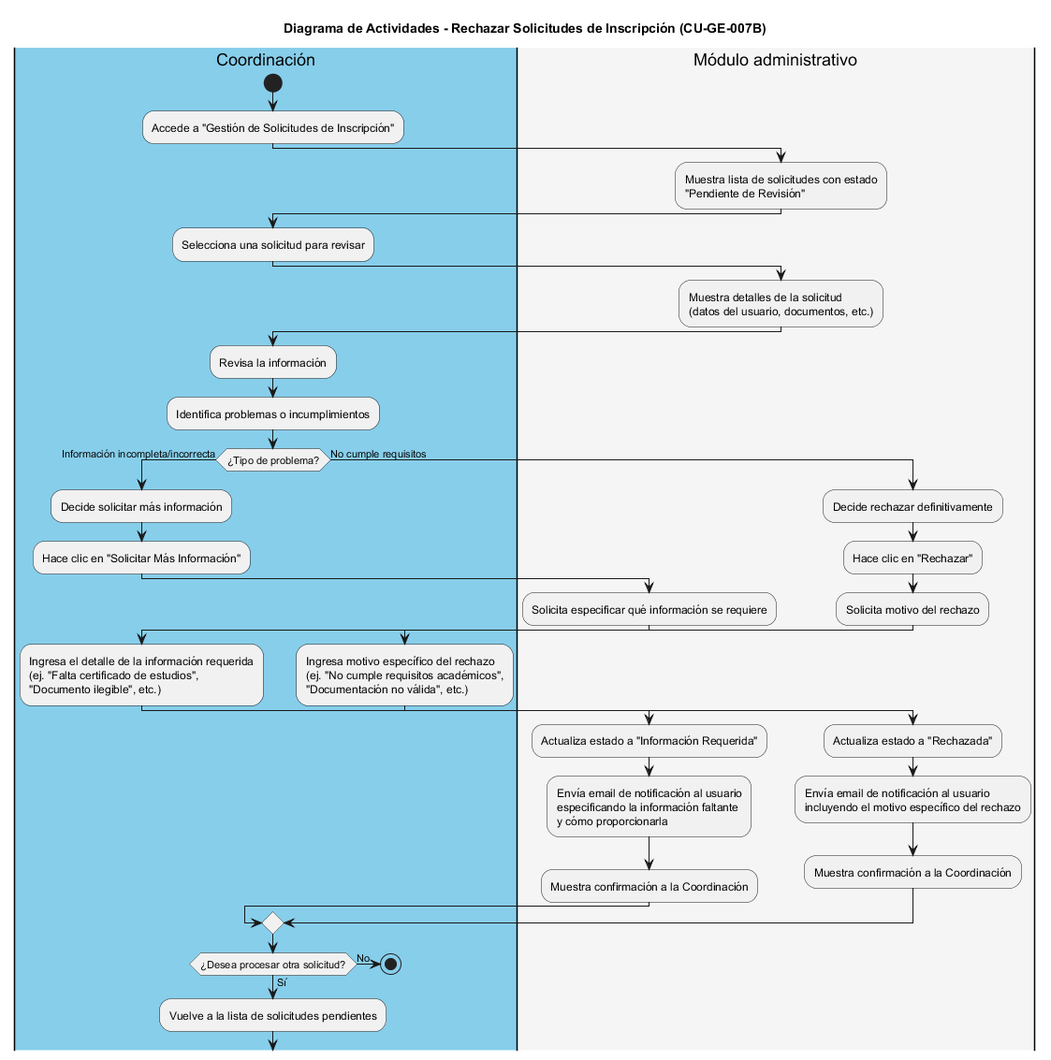
Earlier version of the PlantUML export img/CU-GE-007B_Rechazar_Inscripciones.png (iKinoo/baby-salesforce-admin-module). Source of this version:
```plantuml
@startuml
title Diagrama de Actividades - Rechazar Solicitudes de Inscripción (CU-GE-007B)

|#skyblue|Coordinación|
start
:Accede a "Gestión de Solicitudes de Inscripción";

|#whitesmoke|Módulo administrativo|
:Muestra lista de solicitudes con estado
"Pendiente de Revisión";

|#skyblue|Coordinación|
:Selecciona una solicitud para revisar;

|#whitesmoke|Módulo administrativo|
:Muestra detalles de la solicitud
(datos del usuario, documentos, etc.);

|#skyblue|Coordinación|
:Revisa la información;
:Identifica problemas o incumplimientos;
if (¿Tipo de problema?) then (Información incompleta/incorrecta)
  :Decide solicitar más información;
  :Hace clic en "Solicitar Más Información";
  |#whitesmoke|Módulo administrativo|
  :Solicita especificar qué información se requiere;
  |#skyblue|Coordinación|
  :Ingresa el detalle de la información requerida
  (ej. "Falta certificado de estudios",
  "Documento ilegible", etc.);
  |#whitesmoke|Módulo administrativo|
  :Actualiza estado a "Información Requerida";
  :Envía email de notificación al usuario
  especificando la información faltante
  y cómo proporcionarla;
  :Muestra confirmación a la Coordinación;
else (No cumple requisitos)
  :Decide rechazar definitivamente;
  :Hace clic en "Rechazar";
  |#whitesmoke|Módulo administrativo|
  :Solicita motivo del rechazo;
  |#skyblue|Coordinación|
  :Ingresa motivo específico del rechazo
  (ej. "No cumple requisitos académicos",
  "Documentación no válida", etc.);
  |#whitesmoke|Módulo administrativo|
  :Actualiza estado a "Rechazada";
  :Envía email de notificación al usuario
  incluyendo el motivo específico del rechazo;
  :Muestra confirmación a la Coordinación;
endif

|#skyblue|Coordinación|
if (¿Desea procesar otra solicitud?) then (Sí)
  :Vuelve a la lista de solicitudes pendientes;
else (No)
  stop
endif
@enduml
```
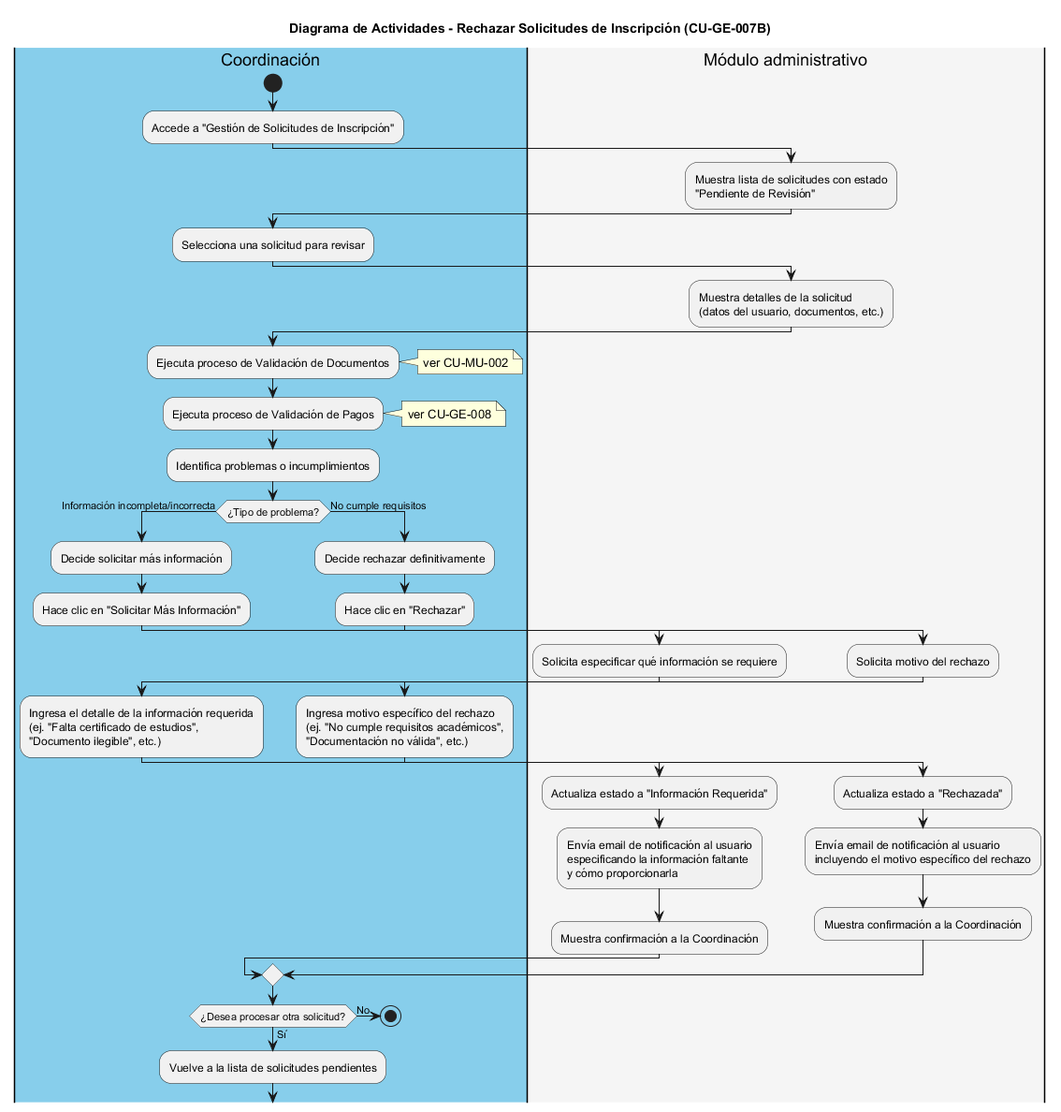
The same file after the commit.

What changed in the source:
```diff
@@ -17,9 +17,13 @@
 (datos del usuario, documentos, etc.);
 
 |#skyblue|Coordinación|
-:Revisa la información;
+:Ejecuta proceso de Validación de Documentos;
+note right: ver CU-MU-002
+:Ejecuta proceso de Validación de Pagos;
+note right: ver CU-GE-008
 :Identifica problemas o incumplimientos;
 if (¿Tipo de problema?) then (Información incompleta/incorrecta)
+  |#skyblue|Coordinación|
   :Decide solicitar más información;
   :Hace clic en "Solicitar Más Información";
   |#whitesmoke|Módulo administrativo|
@@ -35,6 +39,7 @@
   y cómo proporcionarla;
   :Muestra confirmación a la Coordinación;
 else (No cumple requisitos)
+  |#skyblue|Coordinación|
   :Decide rechazar definitivamente;
   :Hace clic en "Rechazar";
   |#whitesmoke|Módulo administrativo|
```
